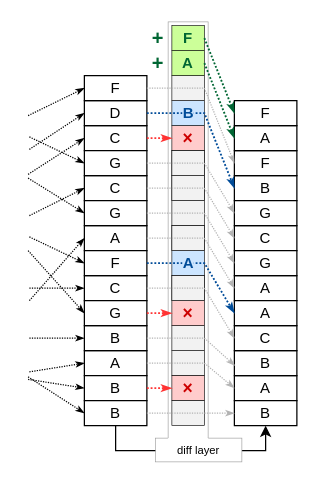
Earlier version of the draw.io diagram prez-2025-otdk/src/diagram/distribution-write.drawio (davidsusu/holodb-tdk). Source tidied: cells renumbered, new cells numbered last; positions are measured from the earlier drawing's top-left corner, leaving out a move shared by most shapes. Both pictures are drawn from the tidied source at 125%, with x=0, y=0 at pixel (28, 21).
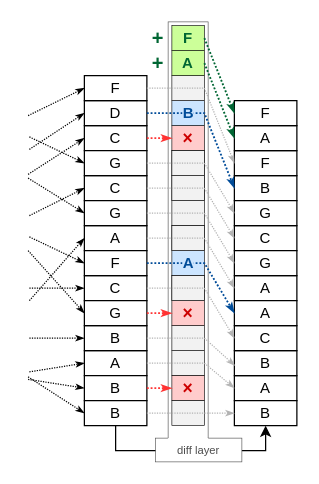
The same page after the edit.

What changed in the source:
```diff
@@
-    <mxCell id="2" style="rounded=0;whiteSpace=wrap;html=1;strokeColor=#999999;strokeWidth=0.5;" parent="1" vertex="1">
+    <mxCell id="2" style="rounded=0;whiteSpace=wrap;html=1;strokeColor=#4D4D4D;strokeWidth=0.5;" parent="1" vertex="1">
       <mxGeometry x="112" width="32" height="333" as="geometry" />
     </mxCell>
@@
-    <mxCell id="81" value="diff layer" style="rounded=0;whiteSpace=wrap;html=1;strokeColor=#999999;fontSize=9;strokeWidth=0.5;" parent="1" vertex="1">
+    <mxCell id="81" value="diff layer" style="rounded=0;whiteSpace=wrap;html=1;strokeColor=#4D4D4D;fontSize=9;strokeWidth=0.5;fontColor=#4D4D4D;" parent="1" vertex="1">
       <mxGeometry x="102" y="333" width="69" height="19" as="geometry" />
     </mxCell>
```
